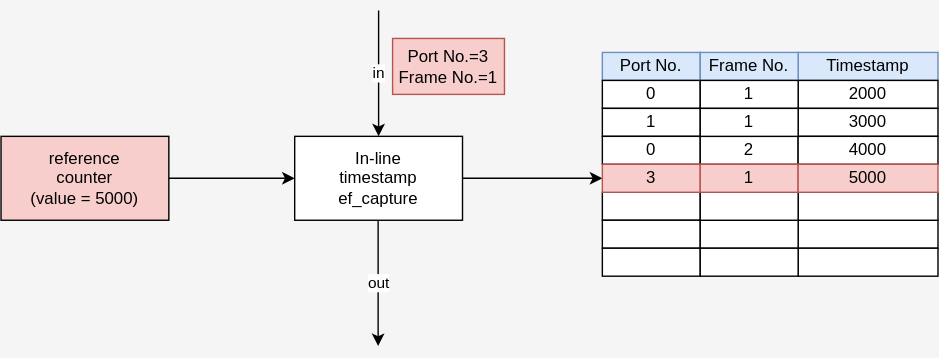
The draw.io diagram docs/ef_capture/img/timestamp_recording.drawio.svg in CCIRT/aist-tsn-efcc, before a commit. Source tidied: cells renumbered, new cells last; positions are measured from the earlier drawing's top-left corner, leaving out a move shared by most shapes. Source of this version:
```xml
<mxGraphModel background="#F5F5F5">
  <root>
    <mxCell id="0" />
    <mxCell id="1" parent="0" />
    <mxCell id="2" style="edgeStyle=orthogonalEdgeStyle;rounded=0;jettySize=auto;html=1;exitX=1;exitY=0.5;exitDx=0;exitDy=0;entryX=0;entryY=0.5;entryDx=0;entryDy=0;" parent="1" edge="1" source="3" target="30">
      <mxGeometry relative="1" as="geometry" />
    </mxCell>
    <mxCell id="3" value="In-line&lt;br&gt;timestamp&lt;br&gt;recorder" style="rounded=0;whiteSpace=wrap;html=1;" parent="1" vertex="1">
      <mxGeometry x="210" y="90" width="120" height="60" as="geometry" />
    </mxCell>
    <mxCell id="4" value="in" style="endArrow=classic;html=1;rounded=0;entryX=0.5;entryY=0;entryDx=0;entryDy=0;" parent="1" edge="1" target="3">
      <mxGeometry relative="1" as="geometry">
        <mxPoint x="270" as="sourcePoint" />
      </mxGeometry>
    </mxCell>
    <mxCell id="5" value="out" style="endArrow=classic;html=1;rounded=0;entryX=0.5;entryY=0;entryDx=0;entryDy=0;" parent="1" edge="1">
      <mxGeometry relative="1" as="geometry">
        <mxPoint x="269.7" y="150" as="sourcePoint" />
        <mxPoint x="269.7" y="240" as="targetPoint" />
      </mxGeometry>
    </mxCell>
    <mxCell id="6" style="edgeStyle=orthogonalEdgeStyle;rounded=0;jettySize=auto;html=1;exitX=1;exitY=0.5;exitDx=0;exitDy=0;entryX=0;entryY=0.5;entryDx=0;entryDy=0;" parent="1" edge="1" source="7" target="3">
      <mxGeometry relative="1" as="geometry" />
    </mxCell>
    <mxCell id="7" value="reference&lt;br&gt;counter&lt;br&gt;(value = 5000)" style="rounded=0;whiteSpace=wrap;html=1;fillColor=#F8CECC;" parent="1" vertex="1">
      <mxGeometry y="90" width="120" height="60" as="geometry" />
    </mxCell>
    <mxCell id="8" value="Port No.=3&lt;br&gt;Frame No.=1" style="rounded=0;whiteSpace=wrap;html=1;fillColor=#F8CECC;strokeColor=#b85450;" parent="1" vertex="1">
      <mxGeometry x="280" y="20" width="80" height="40" as="geometry" />
    </mxCell>
    <mxCell id="9" style="rounded=0;whiteSpace=wrap;html=1;" parent="1" vertex="1">
      <mxGeometry x="430" y="130" width="70" height="20" as="geometry" />
    </mxCell>
    <mxCell id="10" value="Port No." style="rounded=0;whiteSpace=wrap;html=1;fillColor=#dae8fc;strokeColor=#6c8ebf;" parent="1" vertex="1">
      <mxGeometry x="430" y="30" width="70" height="20" as="geometry" />
    </mxCell>
    <mxCell id="11" value="0" style="rounded=0;whiteSpace=wrap;html=1;" parent="1" vertex="1">
      <mxGeometry x="430" y="50" width="70" height="20" as="geometry" />
    </mxCell>
    <mxCell id="12" value="1" style="rounded=0;whiteSpace=wrap;html=1;" parent="1" vertex="1">
      <mxGeometry x="430" y="70" width="70" height="20" as="geometry" />
    </mxCell>
    <mxCell id="13" style="rounded=0;whiteSpace=wrap;html=1;" parent="1" vertex="1">
      <mxGeometry x="430" y="150" width="70" height="20" as="geometry" />
    </mxCell>
    <mxCell id="14" style="rounded=0;whiteSpace=wrap;html=1;" parent="1" vertex="1">
      <mxGeometry x="430" y="170" width="70" height="20" as="geometry" />
    </mxCell>
    <mxCell id="15" value="Timestamp" style="rounded=0;whiteSpace=wrap;html=1;fillColor=#dae8fc;strokeColor=#6c8ebf;" parent="1" vertex="1">
      <mxGeometry x="570" y="30" width="100" height="20" as="geometry" />
    </mxCell>
    <mxCell id="16" value="2000" style="rounded=0;whiteSpace=wrap;html=1;" parent="1" vertex="1">
      <mxGeometry x="570" y="50" width="100" height="20" as="geometry" />
    </mxCell>
    <mxCell id="17" value="3000" style="rounded=0;whiteSpace=wrap;html=1;" parent="1" vertex="1">
      <mxGeometry x="570" y="70" width="100" height="20" as="geometry" />
    </mxCell>
    <mxCell id="18" style="rounded=0;whiteSpace=wrap;html=1;" parent="1" vertex="1">
      <mxGeometry x="570" y="150" width="100" height="20" as="geometry" />
    </mxCell>
    <mxCell id="19" style="rounded=0;whiteSpace=wrap;html=1;" parent="1" vertex="1">
      <mxGeometry x="570" y="170" width="100" height="20" as="geometry" />
    </mxCell>
    <mxCell id="20" style="rounded=0;whiteSpace=wrap;html=1;" parent="1" vertex="1">
      <mxGeometry x="570" y="130" width="100" height="20" as="geometry" />
    </mxCell>
    <mxCell id="21" value="0" style="rounded=0;whiteSpace=wrap;html=1;" parent="1" vertex="1">
      <mxGeometry x="430" y="90" width="70" height="20" as="geometry" />
    </mxCell>
    <mxCell id="22" value="2" style="rounded=0;whiteSpace=wrap;html=1;" parent="1" vertex="1">
      <mxGeometry x="500" y="90" width="70" height="20" as="geometry" />
    </mxCell>
    <mxCell id="23" value="4000" style="rounded=0;whiteSpace=wrap;html=1;" parent="1" vertex="1">
      <mxGeometry x="570" y="90" width="100" height="20" as="geometry" />
    </mxCell>
    <mxCell id="24" value="Frame No." style="rounded=0;whiteSpace=wrap;html=1;fillColor=#dae8fc;strokeColor=#6c8ebf;" parent="1" vertex="1">
      <mxGeometry x="500" y="30" width="70" height="20" as="geometry" />
    </mxCell>
    <mxCell id="25" value="1" style="rounded=0;whiteSpace=wrap;html=1;" parent="1" vertex="1">
      <mxGeometry x="500" y="50" width="70" height="20" as="geometry" />
    </mxCell>
    <mxCell id="26" value="1" style="rounded=0;whiteSpace=wrap;html=1;" parent="1" vertex="1">
      <mxGeometry x="500" y="70" width="70" height="20" as="geometry" />
    </mxCell>
    <mxCell id="27" style="rounded=0;whiteSpace=wrap;html=1;" parent="1" vertex="1">
      <mxGeometry x="500" y="150" width="70" height="20" as="geometry" />
    </mxCell>
    <mxCell id="28" style="rounded=0;whiteSpace=wrap;html=1;" parent="1" vertex="1">
      <mxGeometry x="500" y="170" width="70" height="20" as="geometry" />
    </mxCell>
    <mxCell id="29" style="rounded=0;whiteSpace=wrap;html=1;" parent="1" vertex="1">
      <mxGeometry x="500" y="130" width="70" height="20" as="geometry" />
    </mxCell>
    <mxCell id="30" value="3" style="rounded=0;whiteSpace=wrap;html=1;fillColor=#f8cecc;strokeColor=#b85450;" parent="1" vertex="1">
      <mxGeometry x="430" y="110" width="70" height="20" as="geometry" />
    </mxCell>
    <mxCell id="31" value="1" style="rounded=0;whiteSpace=wrap;html=1;fillColor=#f8cecc;strokeColor=#b85450;" parent="1" vertex="1">
      <mxGeometry x="500" y="110" width="70" height="20" as="geometry" />
    </mxCell>
    <mxCell id="32" value="5000" style="rounded=0;whiteSpace=wrap;html=1;fillColor=#f8cecc;strokeColor=#b85450;" parent="1" vertex="1">
      <mxGeometry x="570" y="110" width="100" height="20" as="geometry" />
    </mxCell>
  </root>
</mxGraphModel>
```
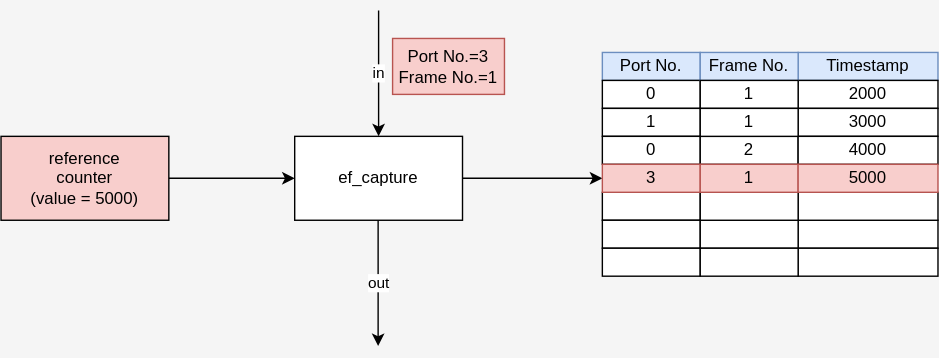
After the commit.

Diff of the diagram source:
```diff
@@ -5,7 +5,7 @@
     <mxCell id="2" style="edgeStyle=orthogonalEdgeStyle;rounded=0;jettySize=auto;html=1;exitX=1;exitY=0.5;exitDx=0;exitDy=0;entryX=0;entryY=0.5;entryDx=0;entryDy=0;" parent="1" edge="1" source="3" target="30">
       <mxGeometry relative="1" as="geometry" />
     </mxCell>
-    <mxCell id="3" value="In-line&lt;br&gt;timestamp&lt;br&gt;recorder" style="rounded=0;whiteSpace=wrap;html=1;" parent="1" vertex="1">
+    <mxCell id="3" value="ef_capture" style="rounded=0;whiteSpace=wrap;html=1;" parent="1" vertex="1">
       <mxGeometry x="210" y="90" width="120" height="60" as="geometry" />
     </mxCell>
     <mxCell id="4" value="in" style="endArrow=classic;html=1;rounded=0;entryX=0.5;entryY=0;entryDx=0;entryDy=0;" parent="1" edge="1" target="3">
```
